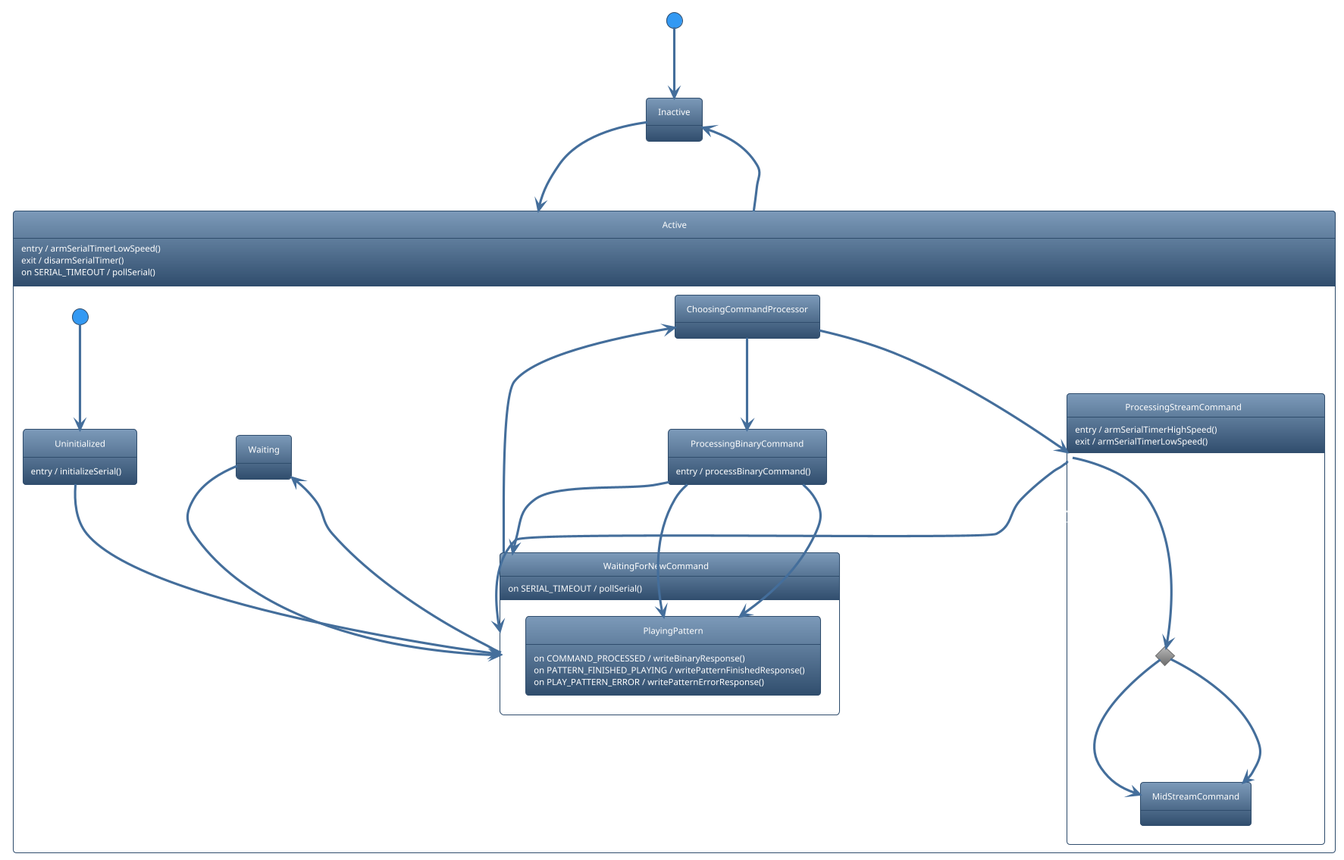
The PlantUML diagram documentation/images/state-diagram-serial-command-interface.png in janelia-arduino/ArenaController, before a commit.
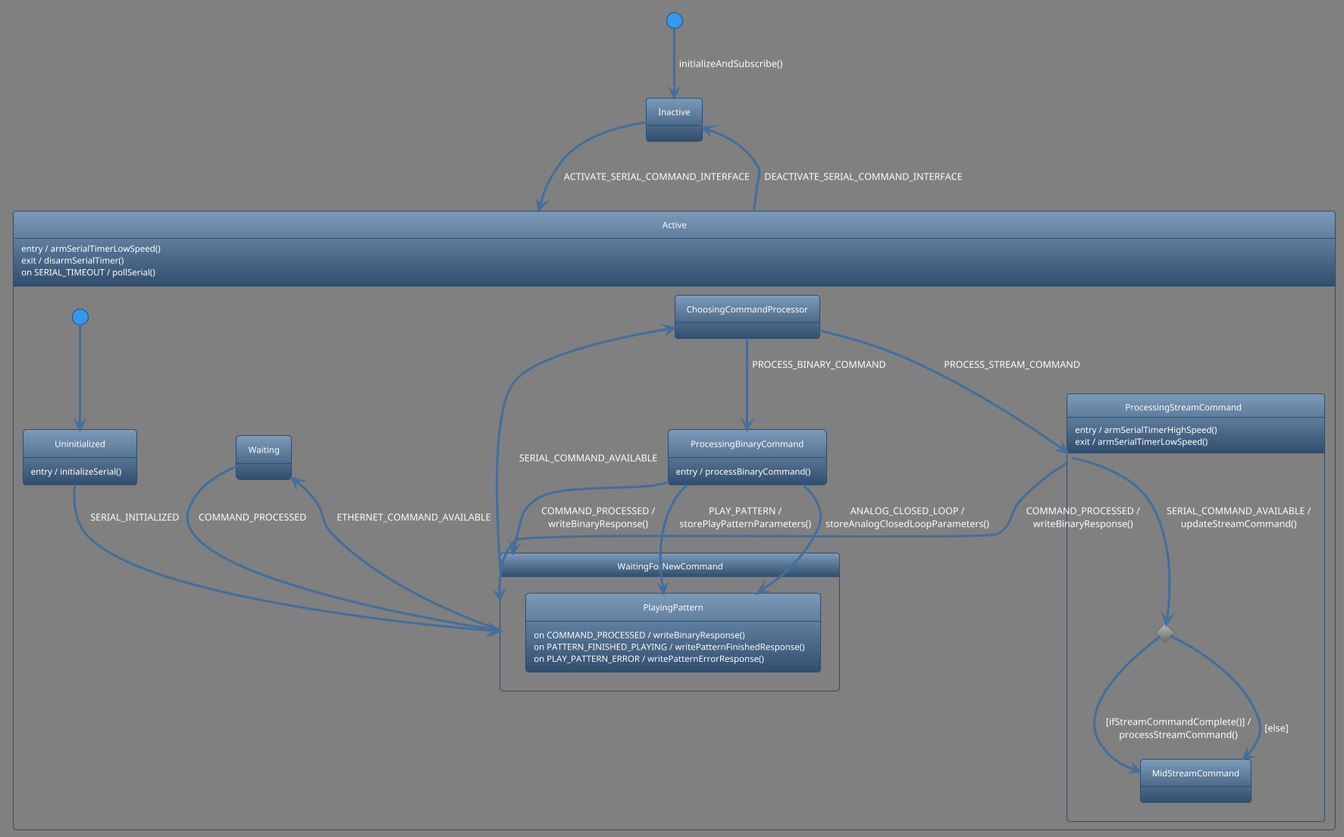
Above is the later version.

What changed in the source:
```diff
@@ -1,5 +1,6 @@
 @startuml
 !theme spacelab
+skinparam backgroundColor #808080
 state Inactive {
 }
 [*] --> Inactive : initializeAndSubscribe()
@@ -12,7 +13,6 @@
   }
   [*] --> Uninitialized
   state WaitingForNewCommand {
-    WaitingForNewCommand : on SERIAL_TIMEOUT / pollSerial()
     state PlayingPattern {
       PlayingPattern : on COMMAND_PROCESSED / writeBinaryResponse()
       PlayingPattern : on PATTERN_FINISHED_PLAYING / writePatternFinishedResponse()
```
